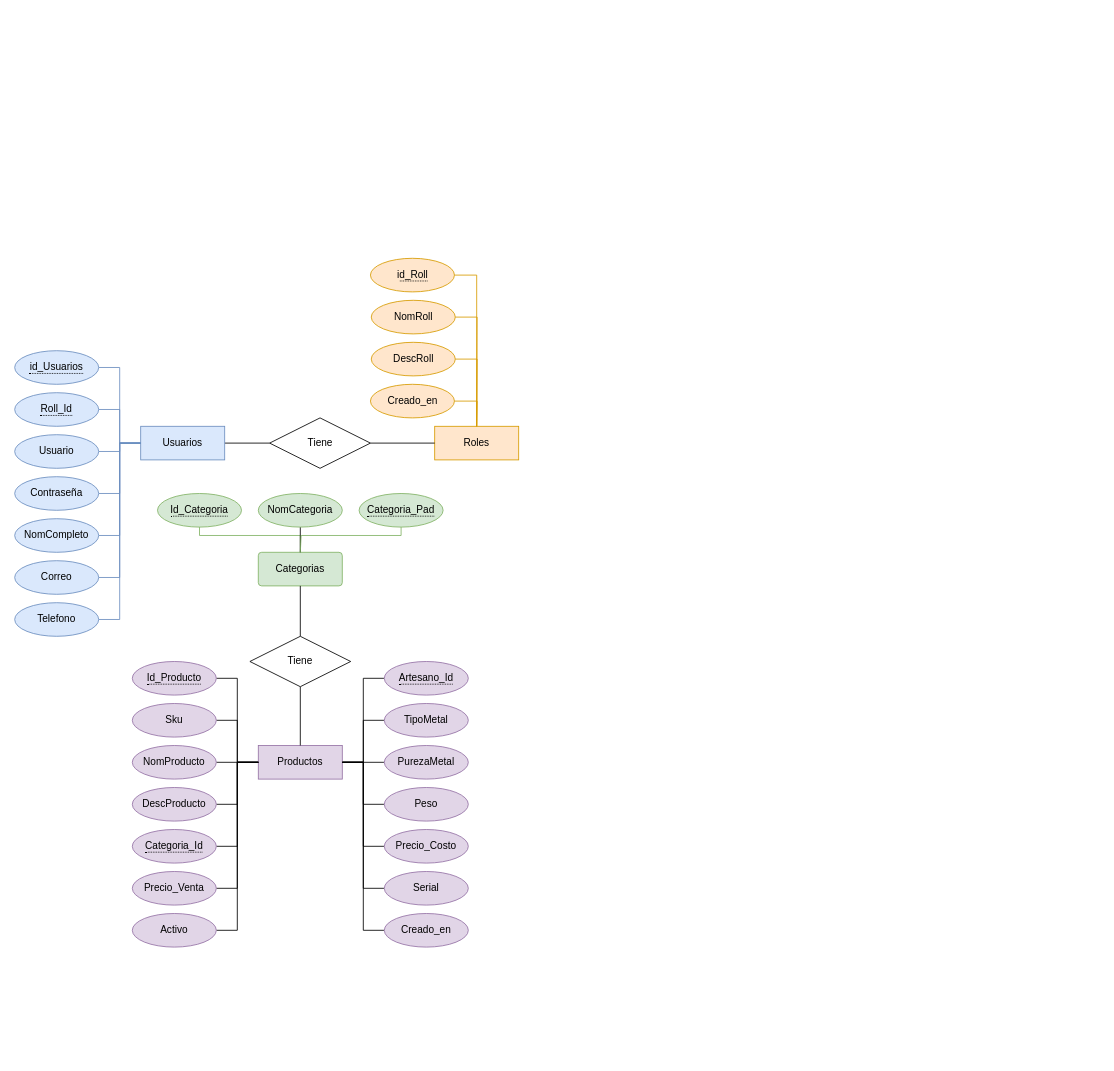
JlchavezG/AdminGestor keeps this draw.io diagram as Modelos_Base_de_datos.drawio. Above is the earlier version. Source tidied: cells renumbered, new cells numbered last; positions are measured from the earlier drawing's top-left corner, leaving out a move shared by most shapes. Both pictures are drawn from the tidied source at 84%, with x=0, y=0 at pixel (14, 258).
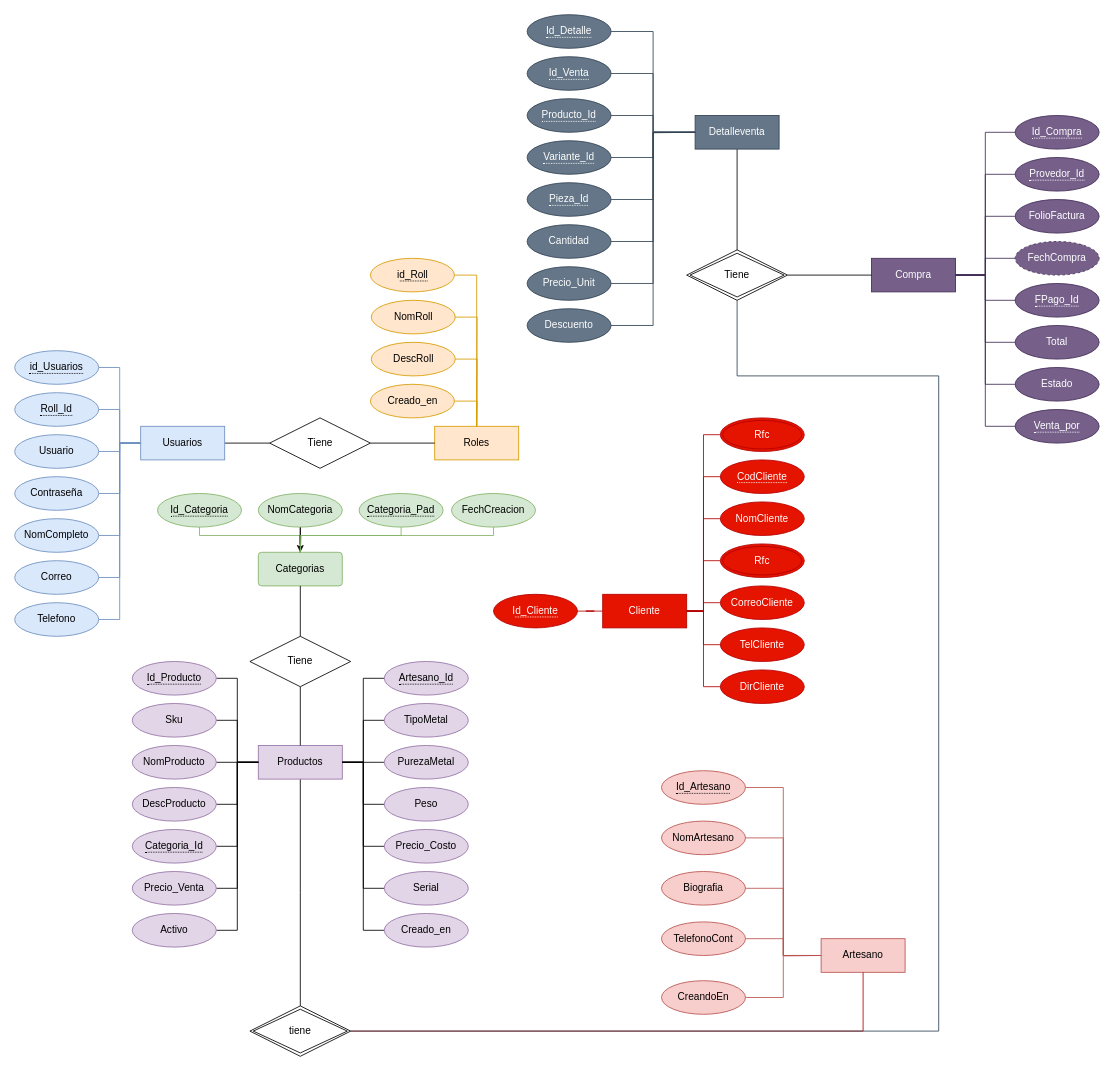
The same page after the edit.

The change refers to these unchanged cells:
```xml
<mxCell id="5" value="Productos" style="whiteSpace=wrap;html=1;align=center;fillColor=#e1d5e7;strokeColor=#9673a6;" parent="1" vertex="1">
  <mxGeometry x="290" y="580" width="100" height="40" as="geometry" />
</mxCell>
<mxCell id="58" value="Categorias" style="rounded=1;arcSize=10;whiteSpace=wrap;html=1;align=center;fillColor=#d5e8d4;strokeColor=#82b366;" parent="1" vertex="1">
  <mxGeometry x="290" y="350" width="100" height="40" as="geometry" />
</mxCell>
<mxCell id="65" value="NomCategoria" style="ellipse;whiteSpace=wrap;html=1;align=center;fillColor=#d5e8d4;strokeColor=#82b366;" parent="1" vertex="1">
  <mxGeometry x="290" y="280" width="100" height="40" as="geometry" />
</mxCell>
```

The edit, as a diff of the source:
```diff
@@
+    <mxCell id="68" style="edgeStyle=orthogonalEdgeStyle;rounded=0;jettySize=auto;html=1;endArrow=none;endFill=0;" parent="1" edge="1" source="5">
+      <mxGeometry relative="1" as="geometry">
+        <mxPoint x="340" y="890" as="targetPoint" />
+      </mxGeometry>
+    </mxCell>
@@
+    <mxCell id="69" style="edgeStyle=orthogonalEdgeStyle;rounded=0;jettySize=auto;html=1;" parent="1" edge="1" source="65" target="58">
+      <mxGeometry relative="1" as="geometry" />
+    </mxCell>
@@
+    <mxCell id="70" style="edgeStyle=orthogonalEdgeStyle;rounded=0;jettySize=auto;html=1;entryX=0.5;entryY=0;entryDx=0;entryDy=0;endArrow=none;endFill=0;fillColor=#d5e8d4;strokeColor=#82b366;" parent="1" edge="1" source="71" target="58">
+      <mxGeometry relative="1" as="geometry">
+        <Array as="points">
+          <mxPoint x="570" y="330" />
+          <mxPoint x="340" y="330" />
+        </Array>
+      </mxGeometry>
+    </mxCell>
+    <mxCell id="71" value="FechCreacion" style="ellipse;whiteSpace=wrap;html=1;align=center;fillColor=#d5e8d4;strokeColor=#82b366;" parent="1" vertex="1">
+      <mxGeometry x="520" y="280" width="100" height="40" as="geometry" />
+    </mxCell>
+    <mxCell id="72" value="Artesano" style="whiteSpace=wrap;html=1;align=center;fillColor=#f8cecc;strokeColor=#b85450;" parent="1" vertex="1">
+      <mxGeometry x="960" y="810" width="100" height="40" as="geometry" />
+    </mxCell>
+    <mxCell id="73" style="edgeStyle=orthogonalEdgeStyle;rounded=0;jettySize=auto;html=1;entryX=0;entryY=0.5;entryDx=0;entryDy=0;endArrow=none;endFill=0;fillColor=#f8cecc;strokeColor=#b85450;" parent="1" edge="1" source="74" target="72">
+      <mxGeometry relative="1" as="geometry" />
+    </mxCell>
+    <mxCell id="74" value="&lt;span style=&quot;border-bottom: 1px dotted&quot;&gt;Id_Artesano&lt;/span&gt;" style="ellipse;whiteSpace=wrap;html=1;align=center;fillColor=#f8cecc;strokeColor=#b85450;" parent="1" vertex="1">
+      <mxGeometry x="770" y="610" width="100" height="40" as="geometry" />
+    </mxCell>
+    <mxCell id="75" style="edgeStyle=orthogonalEdgeStyle;rounded=0;jettySize=auto;html=1;entryX=0;entryY=0.5;entryDx=0;entryDy=0;endArrow=none;endFill=0;fillColor=#f8cecc;strokeColor=#b85450;" parent="1" edge="1" source="76" target="72">
+      <mxGeometry relative="1" as="geometry" />
+    </mxCell>
+    <mxCell id="76" value="NomArtesano" style="ellipse;whiteSpace=wrap;html=1;align=center;fillColor=#f8cecc;strokeColor=#b85450;" parent="1" vertex="1">
+      <mxGeometry x="770" y="670" width="100" height="40" as="geometry" />
+    </mxCell>
+    <mxCell id="77" style="edgeStyle=orthogonalEdgeStyle;rounded=0;jettySize=auto;html=1;entryX=0;entryY=0.5;entryDx=0;entryDy=0;endArrow=none;endFill=0;fillColor=#f8cecc;strokeColor=#b85450;" parent="1" edge="1" source="78" target="72">
+      <mxGeometry relative="1" as="geometry" />
+    </mxCell>
+    <mxCell id="78" value="Biografia" style="ellipse;whiteSpace=wrap;html=1;align=center;fillColor=#f8cecc;strokeColor=#b85450;" parent="1" vertex="1">
+      <mxGeometry x="770" y="730" width="100" height="40" as="geometry" />
+    </mxCell>
+    <mxCell id="79" style="edgeStyle=orthogonalEdgeStyle;rounded=0;jettySize=auto;html=1;endArrow=none;endFill=0;fillColor=#f8cecc;strokeColor=#b85450;" parent="1" edge="1" source="80">
+      <mxGeometry relative="1" as="geometry">
+        <mxPoint x="960" y="830" as="targetPoint" />
+      </mxGeometry>
+    </mxCell>
+    <mxCell id="80" value="TelefonoCont" style="ellipse;whiteSpace=wrap;html=1;align=center;fillColor=#f8cecc;strokeColor=#b85450;" parent="1" vertex="1">
+      <mxGeometry x="770" y="790" width="100" height="40" as="geometry" />
+    </mxCell>
+    <mxCell id="81" style="edgeStyle=orthogonalEdgeStyle;rounded=0;jettySize=auto;html=1;entryX=0;entryY=0.5;entryDx=0;entryDy=0;endArrow=none;endFill=0;fillColor=#f8cecc;strokeColor=#b85450;" parent="1" edge="1" source="82" target="72">
+      <mxGeometry relative="1" as="geometry" />
+    </mxCell>
+    <mxCell id="82" value="CreandoEn" style="ellipse;whiteSpace=wrap;html=1;align=center;fillColor=#f8cecc;strokeColor=#b85450;" parent="1" vertex="1">
+      <mxGeometry x="770" y="860" width="100" height="40" as="geometry" />
+    </mxCell>
+    <mxCell id="83" style="edgeStyle=orthogonalEdgeStyle;rounded=0;jettySize=auto;html=1;entryX=0.5;entryY=1;entryDx=0;entryDy=0;endArrow=none;endFill=0;fillColor=#e51400;strokeColor=#B20000;" parent="1" edge="1" source="85" target="72">
+      <mxGeometry relative="1" as="geometry" />
+    </mxCell>
+    <mxCell id="84" style="edgeStyle=orthogonalEdgeStyle;rounded=0;jettySize=auto;html=1;entryX=0.5;entryY=1;entryDx=0;entryDy=0;endArrow=none;endFill=0;fillColor=#647687;strokeColor=#314354;" parent="1" edge="1" source="85" target="139">
+      <mxGeometry relative="1" as="geometry">
+        <Array as="points">
+          <mxPoint x="1100" y="920" />
+          <mxPoint x="1100" y="140" />
+          <mxPoint x="860" y="140" />
+        </Array>
+      </mxGeometry>
+    </mxCell>
+    <mxCell id="85" value="tiene" style="shape=rhombus;double=1;perimeter=rhombusPerimeter;whiteSpace=wrap;html=1;align=center;" parent="1" vertex="1">
+      <mxGeometry x="280" y="890" width="120" height="60" as="geometry" />
+    </mxCell>
+    <mxCell id="86" value="Cliente" style="whiteSpace=wrap;html=1;align=center;fillColor=#e51400;fontColor=#ffffff;strokeColor=#B20000;" parent="1" vertex="1">
+      <mxGeometry x="700" y="400" width="100" height="40" as="geometry" />
+    </mxCell>
+    <mxCell id="87" style="edgeStyle=orthogonalEdgeStyle;rounded=0;jettySize=auto;html=1;entryX=0;entryY=0.5;entryDx=0;entryDy=0;endArrow=none;endFill=0;fillColor=#e51400;strokeColor=#B20000;" parent="1" edge="1" source="88" target="86">
+      <mxGeometry relative="1" as="geometry" />
+    </mxCell>
+    <mxCell id="88" value="&lt;span style=&quot;border-bottom: 1px dotted&quot;&gt;Id_Cliente&lt;/span&gt;" style="ellipse;whiteSpace=wrap;html=1;align=center;fillColor=#e51400;fontColor=#ffffff;strokeColor=#B20000;" parent="1" vertex="1">
+      <mxGeometry x="570" y="400" width="100" height="40" as="geometry" />
+    </mxCell>
+    <mxCell id="89" style="edgeStyle=orthogonalEdgeStyle;rounded=0;jettySize=auto;html=1;entryX=1;entryY=0.5;entryDx=0;entryDy=0;endArrow=none;endFill=0;fillColor=#e51400;strokeColor=#B20000;" parent="1" edge="1" source="90" target="86">
+      <mxGeometry relative="1" as="geometry" />
+    </mxCell>
+    <mxCell id="90" value="&lt;span style=&quot;border-bottom: 1px dotted&quot;&gt;CodCliente&lt;/span&gt;" style="ellipse;whiteSpace=wrap;html=1;align=center;fillColor=#e51400;fontColor=#ffffff;strokeColor=#B20000;" parent="1" vertex="1">
+      <mxGeometry x="840" y="240" width="100" height="40" as="geometry" />
+    </mxCell>
+    <mxCell id="91" style="edgeStyle=orthogonalEdgeStyle;rounded=0;jettySize=auto;html=1;entryX=1;entryY=0.5;entryDx=0;entryDy=0;endArrow=none;endFill=0;fillColor=#e51400;strokeColor=#B20000;" parent="1" edge="1" source="92" target="86">
+      <mxGeometry relative="1" as="geometry" />
+    </mxCell>
+    <mxCell id="92" value="NomCliente" style="ellipse;whiteSpace=wrap;html=1;align=center;fillColor=#e51400;fontColor=#ffffff;strokeColor=#B20000;" parent="1" vertex="1">
+      <mxGeometry x="840" y="290" width="100" height="40" as="geometry" />
+    </mxCell>
+    <mxCell id="93" style="edgeStyle=orthogonalEdgeStyle;rounded=0;jettySize=auto;html=1;entryX=1;entryY=0.5;entryDx=0;entryDy=0;endArrow=none;endFill=0;fillColor=#e51400;strokeColor=#B20000;" parent="1" edge="1" source="94" target="86">
+      <mxGeometry relative="1" as="geometry" />
+    </mxCell>
+    <mxCell id="94" value="Rfc" style="ellipse;shape=doubleEllipse;margin=3;whiteSpace=wrap;html=1;align=center;fillColor=#e51400;fontColor=#ffffff;strokeColor=#B20000;" parent="1" vertex="1">
+      <mxGeometry x="840" y="340" width="100" height="40" as="geometry" />
+    </mxCell>
+    <mxCell id="95" style="edgeStyle=orthogonalEdgeStyle;rounded=0;jettySize=auto;html=1;endArrow=none;endFill=0;fillColor=#e51400;strokeColor=#B20000;" parent="1" edge="1" source="96">
+      <mxGeometry relative="1" as="geometry">
+        <mxPoint x="800" y="420" as="targetPoint" />
+      </mxGeometry>
+    </mxCell>
+    <mxCell id="96" value="CorreoCliente" style="ellipse;whiteSpace=wrap;html=1;align=center;fillColor=#e51400;fontColor=#ffffff;strokeColor=#B20000;" parent="1" vertex="1">
+      <mxGeometry x="840" y="390" width="100" height="40" as="geometry" />
+    </mxCell>
+    <mxCell id="97" style="edgeStyle=orthogonalEdgeStyle;rounded=0;jettySize=auto;html=1;entryX=1;entryY=0.5;entryDx=0;entryDy=0;endArrow=none;endFill=0;fillColor=#e51400;strokeColor=#B20000;" parent="1" edge="1" source="98" target="86">
+      <mxGeometry relative="1" as="geometry" />
+    </mxCell>
+    <mxCell id="98" value="TelCliente" style="ellipse;whiteSpace=wrap;html=1;align=center;fillColor=#e51400;fontColor=#ffffff;strokeColor=#B20000;" parent="1" vertex="1">
+      <mxGeometry x="840" y="440" width="100" height="40" as="geometry" />
+    </mxCell>
+    <mxCell id="99" style="edgeStyle=orthogonalEdgeStyle;rounded=0;jettySize=auto;html=1;entryX=1;entryY=0.5;entryDx=0;entryDy=0;endArrow=none;endFill=0;fillColor=#e51400;strokeColor=#B20000;" parent="1" edge="1" source="100" target="86">
+      <mxGeometry relative="1" as="geometry" />
+    </mxCell>
+    <mxCell id="100" value="DirCliente" style="ellipse;whiteSpace=wrap;html=1;align=center;fillColor=#e51400;fontColor=#ffffff;strokeColor=#B20000;" parent="1" vertex="1">
+      <mxGeometry x="840" y="490" width="100" height="40" as="geometry" />
+    </mxCell>
+    <mxCell id="101" style="edgeStyle=orthogonalEdgeStyle;rounded=0;jettySize=auto;html=1;entryX=1;entryY=0.5;entryDx=0;entryDy=0;endArrow=none;endFill=0;fillColor=#e51400;strokeColor=#B20000;" parent="1" edge="1" source="102" target="86">
+      <mxGeometry relative="1" as="geometry" />
+    </mxCell>
+    <mxCell id="102" value="Rfc" style="ellipse;shape=doubleEllipse;margin=3;whiteSpace=wrap;html=1;align=center;fillColor=#e51400;fontColor=#ffffff;strokeColor=#B20000;" parent="1" vertex="1">
+      <mxGeometry x="840" y="190" width="100" height="40" as="geometry" />
+    </mxCell>
+    <mxCell id="103" value="Compra" style="whiteSpace=wrap;html=1;align=center;fillColor=#76608a;fontColor=#ffffff;strokeColor=#432D57;" parent="1" vertex="1">
+      <mxGeometry x="1020" width="100" height="40" as="geometry" />
+    </mxCell>
+    <mxCell id="104" style="edgeStyle=orthogonalEdgeStyle;rounded=0;jettySize=auto;html=1;entryX=1;entryY=0.5;entryDx=0;entryDy=0;endArrow=none;endFill=0;fillColor=#76608a;strokeColor=#432D57;" parent="1" edge="1" source="105" target="103">
+      <mxGeometry relative="1" as="geometry" />
+    </mxCell>
+    <mxCell id="105" value="&lt;span style=&quot;border-bottom: 1px dotted&quot;&gt;Id_Compra&lt;/span&gt;" style="ellipse;whiteSpace=wrap;html=1;align=center;fillColor=#76608a;fontColor=#ffffff;strokeColor=#432D57;" parent="1" vertex="1">
+      <mxGeometry x="1191" y="-170" width="100" height="40" as="geometry" />
+    </mxCell>
+    <mxCell id="106" style="edgeStyle=orthogonalEdgeStyle;rounded=0;jettySize=auto;html=1;entryX=1;entryY=0.5;entryDx=0;entryDy=0;endArrow=none;endFill=0;fillColor=#76608a;strokeColor=#432D57;" parent="1" edge="1" source="107" target="103">
+      <mxGeometry relative="1" as="geometry" />
+    </mxCell>
+    <mxCell id="107" value="&lt;span style=&quot;border-bottom: 1px dotted&quot;&gt;Provedor_Id&lt;/span&gt;" style="ellipse;whiteSpace=wrap;html=1;align=center;fillColor=#76608a;fontColor=#ffffff;strokeColor=#432D57;" parent="1" vertex="1">
+      <mxGeometry x="1191" y="-120" width="100" height="40" as="geometry" />
+    </mxCell>
+    <mxCell id="108" style="edgeStyle=orthogonalEdgeStyle;rounded=0;jettySize=auto;html=1;entryX=1;entryY=0.5;entryDx=0;entryDy=0;endArrow=none;endFill=0;fillColor=#76608a;strokeColor=#432D57;" parent="1" edge="1" source="109" target="103">
+      <mxGeometry relative="1" as="geometry" />
+    </mxCell>
+    <mxCell id="109" value="FolioFactura" style="ellipse;whiteSpace=wrap;html=1;align=center;fillColor=#76608a;fontColor=#ffffff;strokeColor=#432D57;" parent="1" vertex="1">
+      <mxGeometry x="1191" y="-70" width="100" height="40" as="geometry" />
+    </mxCell>
+    <mxCell id="110" style="edgeStyle=orthogonalEdgeStyle;rounded=0;jettySize=auto;html=1;entryX=1;entryY=0.5;entryDx=0;entryDy=0;endArrow=none;endFill=0;fillColor=#76608a;strokeColor=#432D57;" parent="1" edge="1" source="111" target="103">
+      <mxGeometry relative="1" as="geometry" />
+    </mxCell>
+    <mxCell id="111" value="FechCompra" style="ellipse;whiteSpace=wrap;html=1;align=center;dashed=1;fillColor=#76608a;fontColor=#ffffff;strokeColor=#432D57;" parent="1" vertex="1">
+      <mxGeometry x="1191" y="-20" width="100" height="40" as="geometry" />
+    </mxCell>
+    <mxCell id="112" style="edgeStyle=orthogonalEdgeStyle;rounded=0;jettySize=auto;html=1;entryX=1;entryY=0.5;entryDx=0;entryDy=0;endArrow=none;endFill=0;fillColor=#76608a;strokeColor=#432D57;" parent="1" edge="1" source="113" target="103">
+      <mxGeometry relative="1" as="geometry" />
+    </mxCell>
+    <mxCell id="113" value="&lt;span style=&quot;border-bottom: 1px dotted&quot;&gt;FPago_Id&lt;/span&gt;" style="ellipse;whiteSpace=wrap;html=1;align=center;fillColor=#76608a;fontColor=#ffffff;strokeColor=#432D57;" parent="1" vertex="1">
+      <mxGeometry x="1191" y="30" width="100" height="40" as="geometry" />
+    </mxCell>
+    <mxCell id="114" style="edgeStyle=orthogonalEdgeStyle;rounded=0;jettySize=auto;html=1;entryX=1;entryY=0.5;entryDx=0;entryDy=0;endArrow=none;endFill=0;fillColor=#76608a;strokeColor=#432D57;" parent="1" edge="1" source="115" target="103">
+      <mxGeometry relative="1" as="geometry" />
+    </mxCell>
+    <mxCell id="115" value="Total" style="ellipse;whiteSpace=wrap;html=1;align=center;fillColor=#76608a;fontColor=#ffffff;strokeColor=#432D57;" parent="1" vertex="1">
+      <mxGeometry x="1191" y="80" width="100" height="40" as="geometry" />
+    </mxCell>
+    <mxCell id="116" style="edgeStyle=orthogonalEdgeStyle;rounded=0;jettySize=auto;html=1;entryX=1;entryY=0.5;entryDx=0;entryDy=0;endArrow=none;endFill=0;fillColor=#76608a;strokeColor=#432D57;" parent="1" edge="1" source="117" target="103">
+      <mxGeometry relative="1" as="geometry" />
+    </mxCell>
+    <mxCell id="117" value="Estado" style="ellipse;whiteSpace=wrap;html=1;align=center;fillColor=#76608a;fontColor=#ffffff;strokeColor=#432D57;" parent="1" vertex="1">
+      <mxGeometry x="1191" y="130" width="100" height="40" as="geometry" />
+    </mxCell>
+    <mxCell id="118" style="edgeStyle=orthogonalEdgeStyle;rounded=0;jettySize=auto;html=1;entryX=1;entryY=0.5;entryDx=0;entryDy=0;endArrow=none;endFill=0;fillColor=#76608a;strokeColor=#432D57;" parent="1" edge="1" source="119" target="103">
+      <mxGeometry relative="1" as="geometry" />
+    </mxCell>
+    <mxCell id="119" value="&lt;span style=&quot;border-bottom: 1px dotted&quot;&gt;Venta_por&lt;/span&gt;" style="ellipse;whiteSpace=wrap;html=1;align=center;fillColor=#76608a;fontColor=#ffffff;strokeColor=#432D57;" parent="1" vertex="1">
+      <mxGeometry x="1191" y="180" width="100" height="40" as="geometry" />
+    </mxCell>
+    <mxCell id="120" style="edgeStyle=orthogonalEdgeStyle;rounded=0;jettySize=auto;html=1;endArrow=none;endFill=0;" parent="1" edge="1" source="121" target="139">
+      <mxGeometry relative="1" as="geometry" />
+    </mxCell>
+    <mxCell id="121" value="Detalleventa" style="whiteSpace=wrap;html=1;align=center;fillColor=#647687;fontColor=#ffffff;strokeColor=#314354;" parent="1" vertex="1">
+      <mxGeometry x="810" y="-170" width="100" height="40" as="geometry" />
+    </mxCell>
+    <mxCell id="122" style="edgeStyle=orthogonalEdgeStyle;rounded=0;jettySize=auto;html=1;entryX=0;entryY=0.5;entryDx=0;entryDy=0;endArrow=none;endFill=0;fillColor=#647687;strokeColor=#314354;" parent="1" edge="1" source="123" target="121">
+      <mxGeometry relative="1" as="geometry" />
+    </mxCell>
+    <mxCell id="123" value="&lt;span style=&quot;border-bottom: 1px dotted&quot;&gt;Id_Detalle&lt;/span&gt;" style="ellipse;whiteSpace=wrap;html=1;align=center;fillColor=#647687;fontColor=#ffffff;strokeColor=#314354;" parent="1" vertex="1">
+      <mxGeometry x="610" y="-290" width="100" height="40" as="geometry" />
+    </mxCell>
+    <mxCell id="124" style="edgeStyle=orthogonalEdgeStyle;rounded=0;jettySize=auto;html=1;entryX=0;entryY=0.5;entryDx=0;entryDy=0;fillColor=#647687;strokeColor=#314354;endArrow=none;endFill=0;" parent="1" edge="1" source="125" target="121">
+      <mxGeometry relative="1" as="geometry" />
+    </mxCell>
+    <mxCell id="125" value="&lt;span style=&quot;border-bottom: 1px dotted&quot;&gt;Id_Venta&lt;/span&gt;" style="ellipse;whiteSpace=wrap;html=1;align=center;fillColor=#647687;fontColor=#ffffff;strokeColor=#314354;" parent="1" vertex="1">
+      <mxGeometry x="610" y="-240" width="100" height="40" as="geometry" />
+    </mxCell>
+    <mxCell id="126" style="edgeStyle=orthogonalEdgeStyle;rounded=0;jettySize=auto;html=1;fillColor=#647687;strokeColor=#314354;endArrow=none;endFill=0;" parent="1" edge="1" source="127">
+      <mxGeometry relative="1" as="geometry">
+        <mxPoint x="810" y="-150" as="targetPoint" />
+      </mxGeometry>
+    </mxCell>
+    <mxCell id="127" value="&lt;span style=&quot;border-bottom: 1px dotted&quot;&gt;Producto_Id&lt;/span&gt;" style="ellipse;whiteSpace=wrap;html=1;align=center;fillColor=#647687;fontColor=#ffffff;strokeColor=#314354;" parent="1" vertex="1">
+      <mxGeometry x="610" y="-190" width="100" height="40" as="geometry" />
+    </mxCell>
+    <mxCell id="128" style="edgeStyle=orthogonalEdgeStyle;rounded=0;jettySize=auto;html=1;entryX=0;entryY=0.5;entryDx=0;entryDy=0;endArrow=none;endFill=0;fillColor=#647687;strokeColor=#314354;" parent="1" edge="1" source="129" target="121">
+      <mxGeometry relative="1" as="geometry" />
+    </mxCell>
+    <mxCell id="129" value="&lt;span style=&quot;border-bottom: 1px dotted&quot;&gt;Variante_Id&lt;/span&gt;" style="ellipse;whiteSpace=wrap;html=1;align=center;fillColor=#647687;fontColor=#ffffff;strokeColor=#314354;" parent="1" vertex="1">
+      <mxGeometry x="610" y="-140" width="100" height="40" as="geometry" />
+    </mxCell>
+    <mxCell id="130" style="edgeStyle=orthogonalEdgeStyle;rounded=0;jettySize=auto;html=1;entryX=0;entryY=0.5;entryDx=0;entryDy=0;endArrow=none;endFill=0;fillColor=#647687;strokeColor=#314354;" parent="1" edge="1" source="131" target="121">
+      <mxGeometry relative="1" as="geometry" />
+    </mxCell>
+    <mxCell id="131" value="&lt;span style=&quot;border-bottom: 1px dotted&quot;&gt;Pieza_Id&lt;/span&gt;" style="ellipse;whiteSpace=wrap;html=1;align=center;fillColor=#647687;fontColor=#ffffff;strokeColor=#314354;" parent="1" vertex="1">
+      <mxGeometry x="610" y="-90" width="100" height="40" as="geometry" />
+    </mxCell>
+    <mxCell id="132" style="edgeStyle=orthogonalEdgeStyle;rounded=0;jettySize=auto;html=1;entryX=0;entryY=0.5;entryDx=0;entryDy=0;endArrow=none;endFill=0;fillColor=#647687;strokeColor=#314354;" parent="1" edge="1" source="133" target="121">
+      <mxGeometry relative="1" as="geometry" />
+    </mxCell>
+    <mxCell id="133" value="Cantidad" style="ellipse;whiteSpace=wrap;html=1;align=center;fillColor=#647687;fontColor=#ffffff;strokeColor=#314354;" parent="1" vertex="1">
+      <mxGeometry x="610" y="-40" width="100" height="40" as="geometry" />
+    </mxCell>
+    <mxCell id="134" style="edgeStyle=orthogonalEdgeStyle;rounded=0;jettySize=auto;html=1;entryX=0;entryY=0.5;entryDx=0;entryDy=0;endArrow=none;endFill=0;fillColor=#647687;strokeColor=#314354;" parent="1" edge="1" source="135" target="121">
+      <mxGeometry relative="1" as="geometry" />
+    </mxCell>
+    <mxCell id="135" value="Precio_Unit" style="ellipse;whiteSpace=wrap;html=1;align=center;fillColor=#647687;fontColor=#ffffff;strokeColor=#314354;" parent="1" vertex="1">
+      <mxGeometry x="610" y="10" width="100" height="40" as="geometry" />
+    </mxCell>
+    <mxCell id="136" style="edgeStyle=orthogonalEdgeStyle;rounded=0;jettySize=auto;html=1;entryX=0;entryY=0.5;entryDx=0;entryDy=0;endArrow=none;endFill=0;fillColor=#647687;strokeColor=#314354;" parent="1" edge="1" source="137" target="121">
+      <mxGeometry relative="1" as="geometry" />
+    </mxCell>
+    <mxCell id="137" value="Descuento" style="ellipse;whiteSpace=wrap;html=1;align=center;fillColor=#647687;fontColor=#ffffff;strokeColor=#314354;" parent="1" vertex="1">
+      <mxGeometry x="610" y="60" width="100" height="40" as="geometry" />
+    </mxCell>
+    <mxCell id="138" style="edgeStyle=orthogonalEdgeStyle;rounded=0;jettySize=auto;html=1;entryX=0;entryY=0.5;entryDx=0;entryDy=0;endArrow=none;endFill=0;" parent="1" edge="1" source="139" target="103">
+      <mxGeometry relative="1" as="geometry" />
+    </mxCell>
+    <mxCell id="139" value="Tiene" style="shape=rhombus;double=1;perimeter=rhombusPerimeter;whiteSpace=wrap;html=1;align=center;" parent="1" vertex="1">
+      <mxGeometry x="800" y="-10" width="120" height="60" as="geometry" />
+    </mxCell>
```
